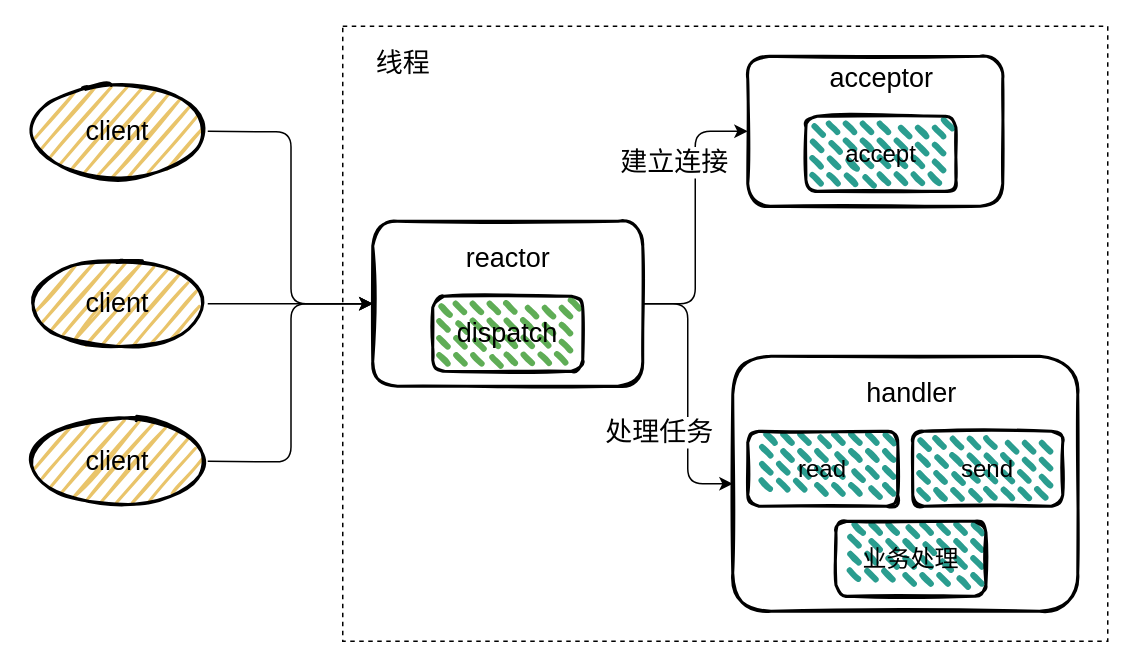
Above: page "reactor-1" (2 of 29) of redis/redis.drawio in boilingfrog/Go-POINT (draw.io), before the change. Source tidied: cells renumbered, new cells numbered last; positions are measured from the earlier drawing's top-left corner, leaving out a move shared by most shapes. Both pictures are drawn from the tidied source at 150%, with x=0, y=0 at pixel (27, 26).
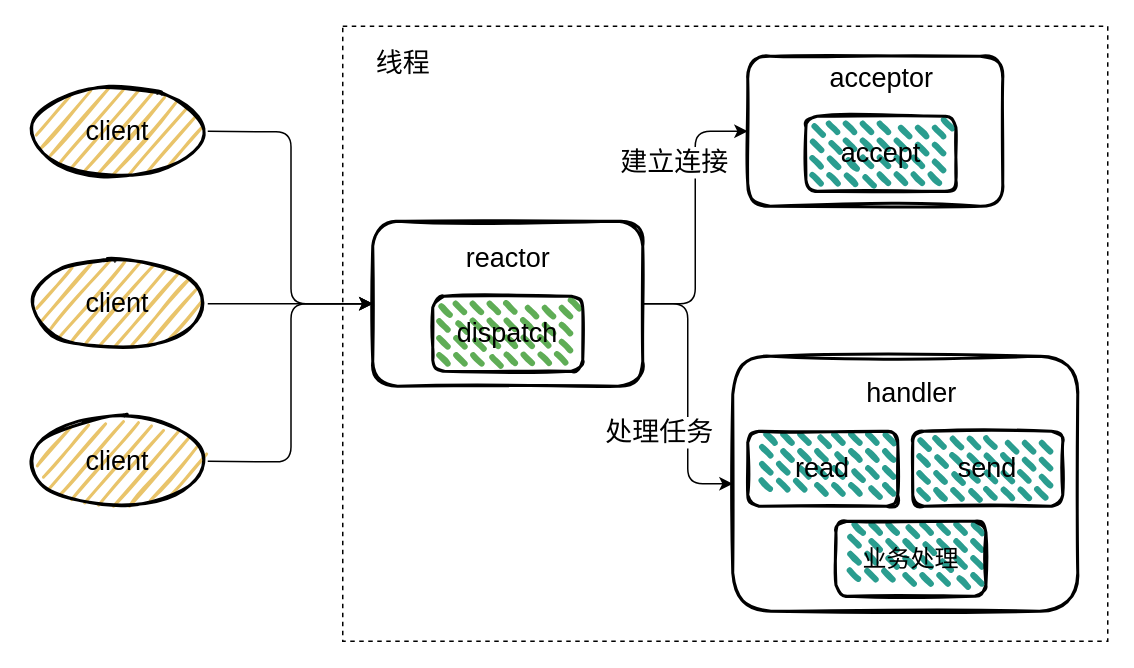
Above is the later version.

Commit message (it also covers changes not shown here):
feat:redis 中的原子性

Change to the diagram source:
```diff
@@
-    <mxCell id="2" style="verticalLabelPosition=bottom;verticalAlign=top;html=1;shape=mxgraph.basic.rect;fillColor2=none;strokeWidth=1;size=20;indent=5;fillColor=none;dashed=1;" parent="1" vertex="1">
-      <mxGeometry x="210" width="510" height="410" as="geometry" />
-    </mxCell>
-    <mxCell id="3" style="edgeStyle=orthogonalEdgeStyle;html=1;entryX=0;entryY=0.5;entryDx=0;entryDy=0;fontSize=18;" parent="1" edge="1" target="8">
-      <mxGeometry relative="1" as="geometry">
-        <mxPoint x="120" y="70" as="sourcePoint" />
-      </mxGeometry>
-    </mxCell>
-    <mxCell id="4" style="edgeStyle=orthogonalEdgeStyle;html=1;entryX=0;entryY=0.5;entryDx=0;entryDy=0;fontSize=18;startArrow=none;startFill=0;" parent="1" edge="1" source="8" target="16">
-      <mxGeometry relative="1" as="geometry" />
-    </mxCell>
+    <mxCell id="25" style="verticalLabelPosition=bottom;verticalAlign=top;html=1;shape=mxgraph.basic.rect;fillColor2=none;strokeWidth=1;size=20;indent=5;fillColor=none;dashed=1;" parent="1" vertex="1">
+      <mxGeometry x="210" width="510" height="410" as="geometry" />
+    </mxCell>
+    <mxCell id="26" style="edgeStyle=orthogonalEdgeStyle;html=1;entryX=0;entryY=0.5;entryDx=0;entryDy=0;fontSize=18;" parent="1" edge="1" target="29">
+      <mxGeometry relative="1" as="geometry">
+        <mxPoint x="120" y="70" as="sourcePoint" />
+      </mxGeometry>
+    </mxCell>
+    <mxCell id="27" style="edgeStyle=orthogonalEdgeStyle;html=1;entryX=0;entryY=0.5;entryDx=0;entryDy=0;fontSize=18;startArrow=none;startFill=0;" parent="1" edge="1" source="29" target="35">
+      <mxGeometry relative="1" as="geometry" />
+    </mxCell>
-    <mxCell id="5" value="建立连接" style="edgeLabel;html=1;align=center;verticalAlign=middle;fontSize=18;" parent="4" vertex="1">
+    <mxCell id="5" value="建立连接" style="edgeLabel;html=1;align=center;verticalAlign=middle;fontSize=18;" parent="27" vertex="1">
       <mxGeometry x="0.16" y="-2" relative="1" as="geometry">
         <mxPoint x="-17" y="-23" as="offset" />
       </mxGeometry>
     </mxCell>
-    <mxCell id="6" style="edgeStyle=orthogonalEdgeStyle;html=1;entryX=0;entryY=0.5;entryDx=0;entryDy=0;fontSize=18;startArrow=none;startFill=0;" parent="1" edge="1" source="8" target="17">
-      <mxGeometry relative="1" as="geometry" />
-    </mxCell>
+    <mxCell id="28" style="edgeStyle=orthogonalEdgeStyle;html=1;entryX=0;entryY=0.5;entryDx=0;entryDy=0;fontSize=18;startArrow=none;startFill=0;" parent="1" edge="1" source="29" target="36">
+      <mxGeometry relative="1" as="geometry" />
+    </mxCell>
-    <mxCell id="7" value="处理任务" style="edgeLabel;html=1;align=center;verticalAlign=middle;fontSize=18;" parent="6" vertex="1">
+    <mxCell id="7" value="处理任务" style="edgeLabel;html=1;align=center;verticalAlign=middle;fontSize=18;" parent="28" vertex="1">
       <mxGeometry x="0.3" y="-1" relative="1" as="geometry">
         <mxPoint x="-19" y="-2" as="offset" />
       </mxGeometry>
     </mxCell>
-    <mxCell id="8" style="rounded=1;whiteSpace=wrap;html=1;strokeWidth=2;fillWeight=2;hachureGap=8;hachureAngle=45;fillColor=none;sketch=1;fontSize=16;fillStyle=dots;" parent="1" vertex="1">
-      <mxGeometry x="230" y="130" width="180" height="110" as="geometry" />
-    </mxCell>
-    <mxCell id="9" style="edgeStyle=orthogonalEdgeStyle;html=1;entryX=0;entryY=0.5;entryDx=0;entryDy=0;fontSize=18;" parent="1" edge="1" target="8">
-      <mxGeometry relative="1" as="geometry">
-        <mxPoint x="120" y="290" as="sourcePoint" />
-      </mxGeometry>
-    </mxCell>
-    <mxCell id="10" value="&lt;font style=&quot;font-size: 18px&quot;&gt;client&lt;/font&gt;" style="ellipse;whiteSpace=wrap;html=1;strokeWidth=2;fillWeight=2;hachureGap=8;fillColor=#E9C46A;fillStyle=dots;sketch=1;fontSize=16;" parent="1" vertex="1">
-      <mxGeometry y="40" width="120" height="60" as="geometry" />
-    </mxCell>
-    <mxCell id="11" style="edgeStyle=orthogonalEdgeStyle;html=1;entryX=0.039;entryY=0.451;entryDx=0;entryDy=0;entryPerimeter=0;fontSize=18;startArrow=none;startFill=0;" parent="1" edge="1" source="12" target="2">
-      <mxGeometry relative="1" as="geometry" />
-    </mxCell>
-    <mxCell id="12" value="&lt;font style=&quot;font-size: 18px&quot;&gt;client&lt;/font&gt;" style="ellipse;whiteSpace=wrap;html=1;strokeWidth=2;fillWeight=2;hachureGap=8;fillColor=#E9C46A;fillStyle=dots;sketch=1;fontSize=16;" parent="1" vertex="1">
-      <mxGeometry y="155" width="120" height="60" as="geometry" />
-    </mxCell>
-    <mxCell id="13" value="&lt;font style=&quot;font-size: 18px&quot;&gt;client&lt;/font&gt;" style="ellipse;whiteSpace=wrap;html=1;strokeWidth=2;fillWeight=2;hachureGap=8;fillColor=#E9C46A;fillStyle=dots;sketch=1;fontSize=16;" parent="1" vertex="1">
-      <mxGeometry y="260" width="120" height="60" as="geometry" />
-    </mxCell>
+    <mxCell id="29" style="rounded=1;whiteSpace=wrap;html=1;strokeWidth=2;fillWeight=2;hachureGap=8;hachureAngle=45;fillColor=none;sketch=1;fontSize=16;fillStyle=dots;" parent="1" vertex="1">
+      <mxGeometry x="230" y="130" width="180" height="110" as="geometry" />
+    </mxCell>
+    <mxCell id="30" style="edgeStyle=orthogonalEdgeStyle;html=1;entryX=0;entryY=0.5;entryDx=0;entryDy=0;fontSize=18;" parent="1" edge="1" target="29">
+      <mxGeometry relative="1" as="geometry">
+        <mxPoint x="120" y="290" as="sourcePoint" />
+      </mxGeometry>
+    </mxCell>
+    <mxCell id="31" value="&lt;font style=&quot;font-size: 18px&quot;&gt;client&lt;/font&gt;" style="ellipse;whiteSpace=wrap;html=1;strokeWidth=2;fillWeight=2;hachureGap=8;fillColor=#E9C46A;fillStyle=dots;sketch=1;fontSize=16;" parent="1" vertex="1">
+      <mxGeometry y="40" width="120" height="60" as="geometry" />
+    </mxCell>
+    <mxCell id="32" style="edgeStyle=orthogonalEdgeStyle;html=1;entryX=0.039;entryY=0.451;entryDx=0;entryDy=0;entryPerimeter=0;fontSize=18;startArrow=none;startFill=0;" parent="1" edge="1" source="33" target="25">
+      <mxGeometry relative="1" as="geometry" />
+    </mxCell>
+    <mxCell id="33" value="&lt;font style=&quot;font-size: 18px&quot;&gt;client&lt;/font&gt;" style="ellipse;whiteSpace=wrap;html=1;strokeWidth=2;fillWeight=2;hachureGap=8;fillColor=#E9C46A;fillStyle=dots;sketch=1;fontSize=16;" parent="1" vertex="1">
+      <mxGeometry y="155" width="120" height="60" as="geometry" />
+    </mxCell>
+    <mxCell id="34" value="&lt;font style=&quot;font-size: 18px&quot;&gt;client&lt;/font&gt;" style="ellipse;whiteSpace=wrap;html=1;strokeWidth=2;fillWeight=2;hachureGap=8;fillColor=#E9C46A;fillStyle=dots;sketch=1;fontSize=16;" parent="1" vertex="1">
+      <mxGeometry y="260" width="120" height="60" as="geometry" />
+    </mxCell>
@@
-    <mxCell id="16" style="rounded=1;whiteSpace=wrap;html=1;strokeWidth=2;fillWeight=2;hachureGap=8;hachureAngle=45;fillColor=none;sketch=1;fontSize=16;fillStyle=dots;" parent="1" vertex="1">
-      <mxGeometry x="480" y="20" width="170" height="100" as="geometry" />
-    </mxCell>
-    <mxCell id="17" style="rounded=1;whiteSpace=wrap;html=1;strokeWidth=2;fillWeight=2;hachureGap=8;hachureAngle=45;fillColor=none;sketch=1;fontSize=16;fillStyle=dots;" parent="1" vertex="1">
-      <mxGeometry x="470" y="220" width="230" height="170" as="geometry" />
-    </mxCell>
+    <mxCell id="35" style="rounded=1;whiteSpace=wrap;html=1;strokeWidth=2;fillWeight=2;hachureGap=8;hachureAngle=45;fillColor=none;sketch=1;fontSize=16;fillStyle=dots;" parent="1" vertex="1">
+      <mxGeometry x="480" y="20" width="170" height="100" as="geometry" />
+    </mxCell>
+    <mxCell id="36" style="rounded=1;whiteSpace=wrap;html=1;strokeWidth=2;fillWeight=2;hachureGap=8;hachureAngle=45;fillColor=none;sketch=1;fontSize=16;fillStyle=dots;" parent="1" vertex="1">
+      <mxGeometry x="470" y="220" width="230" height="170" as="geometry" />
+    </mxCell>
-    <mxCell id="18" value="accept" style="rounded=1;whiteSpace=wrap;html=1;fontSize=16;fillColor=#2A9D8F;strokeWidth=2;fillWeight=4;hachureGap=8;fillStyle=dashed;sketch=1;hachureAngle=45;" parent="1" vertex="1">
+    <mxCell id="18" value="&lt;font style=&quot;font-size: 18px&quot;&gt;accept&lt;/font&gt;" style="rounded=1;whiteSpace=wrap;html=1;fontSize=16;fillColor=#2A9D8F;strokeWidth=2;fillWeight=4;hachureGap=8;fillStyle=dashed;sketch=1;hachureAngle=45;" parent="1" vertex="1">
       <mxGeometry x="518.8" y="60" width="100" height="50" as="geometry" />
     </mxCell>
@@
-    <mxCell id="21" value="read" style="rounded=1;whiteSpace=wrap;html=1;fontSize=16;fillColor=#2A9D8F;strokeWidth=2;fillWeight=4;hachureGap=8;fillStyle=dashed;sketch=1;hachureAngle=45;" parent="1" vertex="1">
+    <mxCell id="21" value="&lt;font style=&quot;font-size: 18px&quot;&gt;read&lt;/font&gt;" style="rounded=1;whiteSpace=wrap;html=1;fontSize=16;fillColor=#2A9D8F;strokeWidth=2;fillWeight=4;hachureGap=8;fillStyle=dashed;sketch=1;hachureAngle=45;" parent="1" vertex="1">
       <mxGeometry x="480" y="270" width="100" height="50" as="geometry" />
     </mxCell>
@@
-    <mxCell id="23" value="send" style="rounded=1;whiteSpace=wrap;html=1;fontSize=16;fillColor=#2A9D8F;strokeWidth=2;fillWeight=4;hachureGap=8;fillStyle=dashed;sketch=1;hachureAngle=45;" parent="1" vertex="1">
+    <mxCell id="23" value="&lt;font style=&quot;font-size: 18px&quot;&gt;send&lt;/font&gt;" style="rounded=1;whiteSpace=wrap;html=1;fontSize=16;fillColor=#2A9D8F;strokeWidth=2;fillWeight=4;hachureGap=8;fillStyle=dashed;sketch=1;hachureAngle=45;" parent="1" vertex="1">
       <mxGeometry x="590" y="270" width="100" height="50" as="geometry" />
     </mxCell>
```
